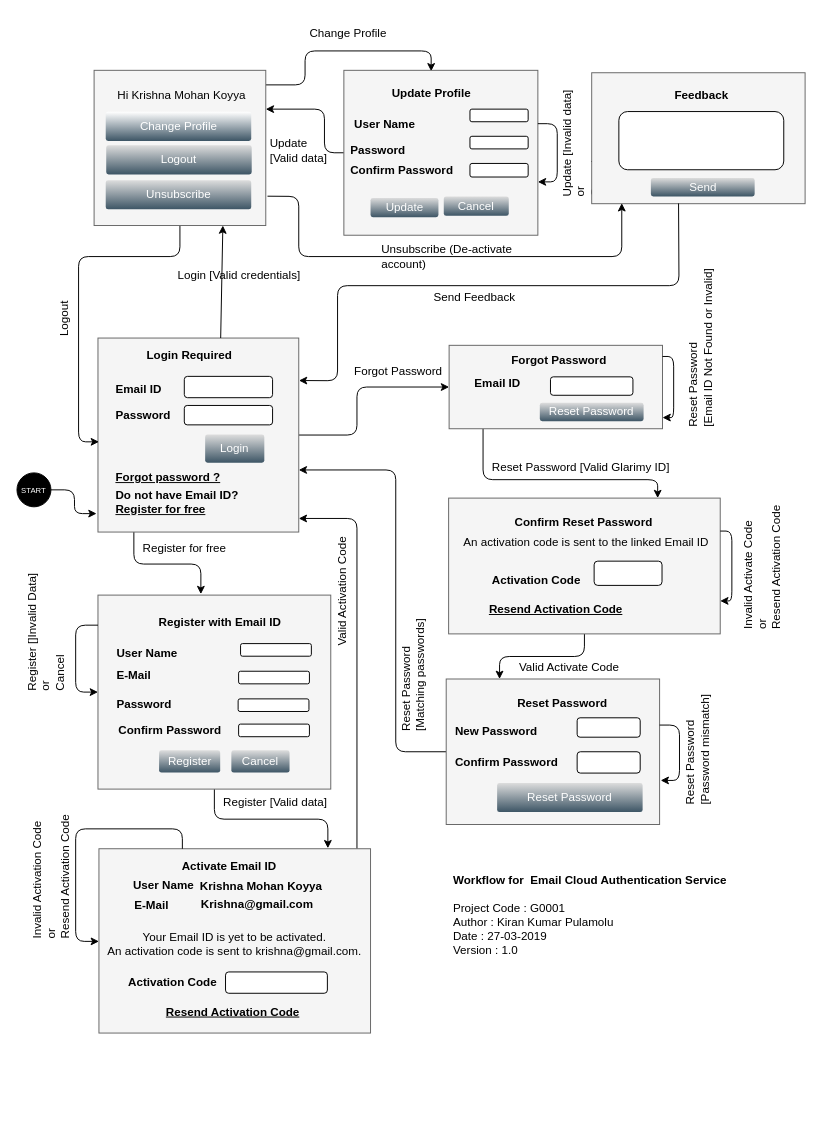
This is Workflow.drawio from yasokrish/Online-store-webapp, a draw.io file, before an edit. Source tidied: cells renumbered, new cells numbered last; positions are measured from the earlier drawing's top-left corner, leaving out a move shared by most shapes. Both pictures are drawn from the tidied source at 97%, with x=0, y=0 at pixel (-21, 16).
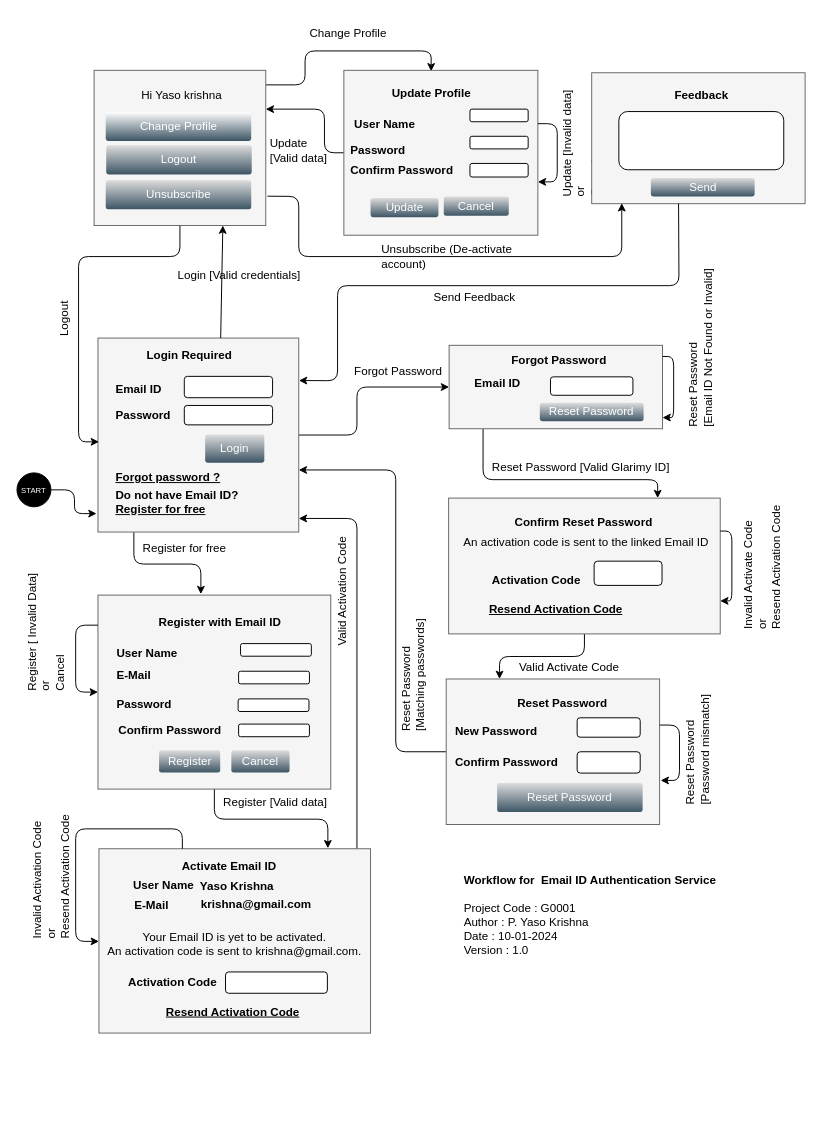
Above is the later version.

Commit message (it also covers changes not shown here):
Usercase story

Diff of the diagram source:
```diff
@@
-    <mxCell id="30" value="&lt;font style=&quot;font-size: 12px;&quot;&gt;Krishna Mohan Koyya&lt;/font&gt;" style="text;html=1;strokeColor=none;fillColor=none;align=left;verticalAlign=middle;whiteSpace=wrap;rounded=0;fontStyle=1;fontSize=12;" parent="1" vertex="1">
+    <mxCell id="30" value="Yaso Krishna" style="text;html=1;strokeColor=none;fillColor=none;align=left;verticalAlign=middle;whiteSpace=wrap;rounded=0;fontStyle=1;fontSize=12;" parent="1" vertex="1">
       <mxGeometry x="225.5" y="882" width="141" height="29" as="geometry" />
     </mxCell>
-    <mxCell id="31" value="&lt;font style=&quot;font-size: 12px;&quot;&gt;Krishna@gmail.com&lt;/font&gt;" style="text;html=1;strokeColor=none;fillColor=none;align=left;verticalAlign=middle;whiteSpace=wrap;rounded=0;fontStyle=1;fontSize=12;" parent="1" vertex="1">
+    <mxCell id="31" value="krishna@gmail.com" style="text;html=1;strokeColor=none;fillColor=none;align=left;verticalAlign=middle;whiteSpace=wrap;rounded=0;fontStyle=1;fontSize=12;" parent="1" vertex="1">
       <mxGeometry x="227" y="902" width="141" height="26" as="geometry" />
     </mxCell>
@@
-    <mxCell id="53" value="Hi Krishna Mohan Koyya" style="text;html=1;strokeColor=none;fillColor=none;align=center;verticalAlign=middle;whiteSpace=wrap;rounded=0;fontSize=12;" parent="1" vertex="1">
+    <mxCell id="53" value="Hi Yaso krishna" style="text;html=1;strokeColor=none;fillColor=none;align=center;verticalAlign=middle;whiteSpace=wrap;rounded=0;fontSize=12;" parent="1" vertex="1">
       <mxGeometry x="128.5" y="63" width="160" height="35" as="geometry" />
     </mxCell>
@@
-    <mxCell id="68" value="&lt;div style=&quot;text-align: left ; font-size: 12px&quot;&gt;&lt;span style=&quot;font-size: 12px&quot;&gt;&lt;b style=&quot;font-size: 12px&quot;&gt;&lt;font style=&quot;font-size: 12px&quot;&gt;Workflow for&amp;nbsp; Email Cloud Authentication Service&lt;/font&gt;&lt;/b&gt;&lt;/span&gt;&lt;/div&gt;&lt;div style=&quot;text-align: left ; font-size: 12px&quot;&gt;&lt;br style=&quot;font-size: 12px&quot;&gt;&lt;/div&gt;&lt;div style=&quot;text-align: left ; font-size: 12px&quot;&gt;&lt;font style=&quot;font-size: 12px&quot;&gt;Project Code : G0001&lt;/font&gt;&lt;/div&gt;&lt;div style=&quot;text-align: left ; font-size: 12px&quot;&gt;&lt;span style=&quot;font-size: 12px&quot;&gt;&lt;font style=&quot;font-size: 12px&quot;&gt;Author : Kiran Kumar Pulamolu&lt;/font&gt;&lt;/span&gt;&lt;/div&gt;&lt;div style=&quot;text-align: left ; font-size: 12px&quot;&gt;&lt;span style=&quot;font-size: 12px&quot;&gt;&lt;font style=&quot;font-size: 12px&quot;&gt;Date : 27-03-2019&lt;/font&gt;&lt;/span&gt;&lt;/div&gt;&lt;div style=&quot;text-align: left ; font-size: 12px&quot;&gt;&lt;font style=&quot;font-size: 12px&quot;&gt;Version : 1.0&lt;/font&gt;&lt;/div&gt;" style="text;html=1;strokeColor=none;fillColor=none;align=center;verticalAlign=middle;whiteSpace=wrap;rounded=0;fontSize=12;" parent="1" vertex="1">
+    <mxCell id="68" value="&lt;div style=&quot;text-align: left ; font-size: 12px&quot;&gt;&lt;span style=&quot;font-size: 12px&quot;&gt;&lt;b style=&quot;font-size: 12px&quot;&gt;&lt;font style=&quot;font-size: 12px&quot;&gt;Workflow for&amp;nbsp; Email ID Authentication Service&lt;/font&gt;&lt;/b&gt;&lt;/span&gt;&lt;/div&gt;&lt;div style=&quot;text-align: left ; font-size: 12px&quot;&gt;&lt;br style=&quot;font-size: 12px&quot;&gt;&lt;/div&gt;&lt;div style=&quot;text-align: left ; font-size: 12px&quot;&gt;&lt;font style=&quot;font-size: 12px&quot;&gt;Project Code : G0001&lt;/font&gt;&lt;/div&gt;&lt;div style=&quot;text-align: left ; font-size: 12px&quot;&gt;&lt;span style=&quot;font-size: 12px&quot;&gt;&lt;font style=&quot;font-size: 12px&quot;&gt;Author : P. Yaso Krishna&lt;/font&gt;&lt;/span&gt;&lt;/div&gt;&lt;div style=&quot;text-align: left ; font-size: 12px&quot;&gt;&lt;span style=&quot;font-size: 12px&quot;&gt;&lt;font style=&quot;font-size: 12px&quot;&gt;Date : 10-01-2024&lt;/font&gt;&lt;/span&gt;&lt;/div&gt;&lt;div style=&quot;text-align: left ; font-size: 12px&quot;&gt;&lt;font style=&quot;font-size: 12px&quot;&gt;Version : 1.0&lt;/font&gt;&lt;/div&gt;" style="text;html=1;strokeColor=none;fillColor=none;align=center;verticalAlign=middle;whiteSpace=wrap;rounded=0;fontSize=12;" parent="1" vertex="1">
       <mxGeometry x="480.5" y="875.5" width="298" height="100" as="geometry" />
     </mxCell>
@@
-    <mxCell id="95" value="&lt;div&gt;Register []Invalid Data]&lt;/div&gt;&lt;div&gt;or&lt;/div&gt;&lt;div&gt;Cancel&lt;br&gt;&lt;/div&gt;" style="text;html=1;align=left;verticalAlign=middle;labelBackgroundColor=none;fontSize=12;rotation=-90;" parent="1" vertex="1">
+    <mxCell id="95" value="&lt;div&gt;Register [ Invalid Data]&lt;/div&gt;&lt;div&gt;or&lt;/div&gt;&lt;div&gt;Cancel&lt;br&gt;&lt;/div&gt;" style="text;html=1;align=left;verticalAlign=middle;labelBackgroundColor=none;fontSize=12;rotation=-90;" parent="1" vertex="1">
       <mxGeometry x="78.5" y="699" as="geometry">
         <mxPoint x="1.5" y="-10.5" as="offset" />
       </mxGeometry>
     </mxCell>
```
